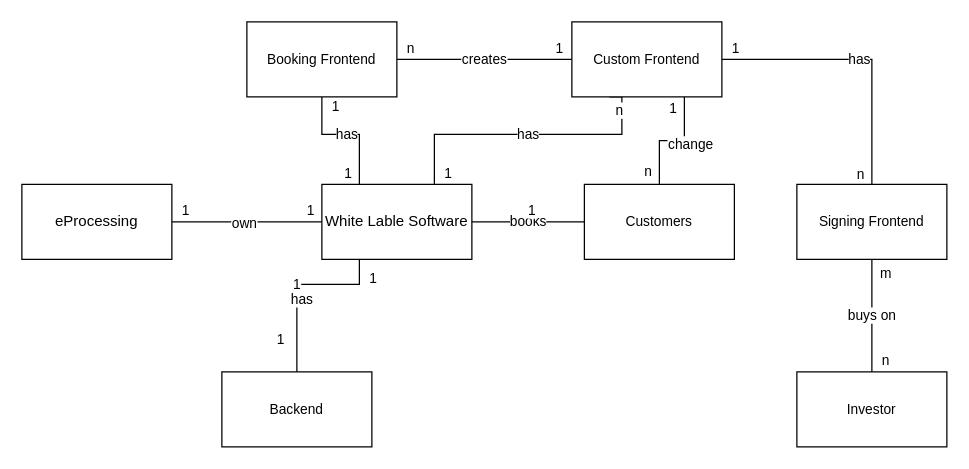
The draw.io diagram artifacts/Domain_Model_eProcessing.drawio in luca-engels-eprocessing/OneFolio, before the edit. Source tidied: cells renumbered, new cells numbered last; positions are measured from the earlier drawing's top-left corner, leaving out a move shared by most shapes. Both pictures are drawn from the tidied source at 125%, with x=0, y=0 at pixel (21, 21).
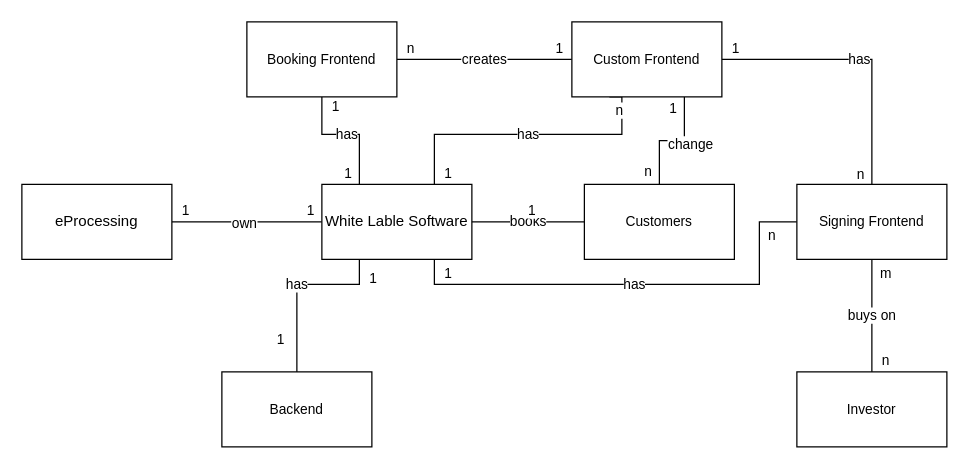
The same diagram, later.

The change refers to these unchanged cells:
```xml
<mxCell id="14" value="White Lable Software" style="html=1;whiteSpace=wrap;" parent="1" vertex="1">
  <mxGeometry x="240" y="130" width="120" height="60" as="geometry" />
</mxCell>
<mxCell id="15" value="Backend" style="html=1;whiteSpace=wrap;fontFamily=Helvetica;fontSize=11;fontColor=default;labelBackgroundColor=default;" parent="1" vertex="1">
  <mxGeometry x="160" y="280" width="120" height="60" as="geometry" />
</mxCell>
<mxCell id="35" value="Signing Frontend" style="html=1;whiteSpace=wrap;fontFamily=Helvetica;fontSize=11;fontColor=default;labelBackgroundColor=default;" parent="1" vertex="1">
  <mxGeometry x="620" y="130" width="120" height="60" as="geometry" />
</mxCell>
```

The edit, as a diff of the source:
```diff
@@
-    <mxCell id="10" value="1" style="edgeStyle=orthogonalEdgeStyle;rounded=0;jettySize=auto;html=1;strokeColor=default;align=center;verticalAlign=middle;fontFamily=Helvetica;fontSize=11;fontColor=default;labelBackgroundColor=default;endArrow=none;endFill=0;" parent="1" edge="1" source="14" target="15">
+    <mxCell id="10" value="has" style="edgeStyle=orthogonalEdgeStyle;rounded=0;jettySize=auto;html=1;strokeColor=default;align=center;verticalAlign=middle;fontFamily=Helvetica;fontSize=11;fontColor=default;labelBackgroundColor=default;endArrow=none;endFill=0;" parent="1" edge="1" source="14" target="15">
       <mxGeometry relative="1" as="geometry">
         <Array as="points">
           <mxPoint x="270" y="210" />
           <mxPoint x="220" y="210" />
         </Array>
       </mxGeometry>
     </mxCell>
-    <mxCell id="11" value="has" style="edgeLabel;html=1;align=center;verticalAlign=middle;fontFamily=Helvetica;fontSize=11;fontColor=default;labelBackgroundColor=default;" parent="10" vertex="1">
-      <mxGeometry x="0.15" y="-1" relative="1" as="geometry">
-        <mxPoint x="4" as="offset" />
-      </mxGeometry>
-    </mxCell>
@@
+    <mxCell id="11" value="has" style="edgeStyle=orthogonalEdgeStyle;rounded=0;jettySize=auto;html=1;entryX=0.75;entryY=1;entryDx=0;entryDy=0;strokeColor=default;align=center;verticalAlign=middle;fontFamily=Helvetica;fontSize=11;fontColor=default;labelBackgroundColor=default;endArrow=none;endFill=0;" parent="1" edge="1" source="35" target="14">
+      <mxGeometry relative="1" as="geometry">
+        <Array as="points">
+          <mxPoint x="590" y="160" />
+          <mxPoint x="590" y="210" />
+          <mxPoint x="330" y="210" />
+        </Array>
+      </mxGeometry>
+    </mxCell>
+    <mxCell id="40" value="1" style="edgeLabel;html=1;align=center;verticalAlign=middle;fontFamily=Helvetica;fontSize=11;fontColor=default;labelBackgroundColor=default;" parent="11" vertex="1">
+      <mxGeometry x="0.87" y="2" relative="1" as="geometry">
+        <mxPoint x="7" y="-12" as="offset" />
+      </mxGeometry>
+    </mxCell>
+    <mxCell id="41" value="n" style="edgeLabel;html=1;align=center;verticalAlign=middle;fontFamily=Helvetica;fontSize=11;fontColor=default;labelBackgroundColor=default;" parent="11" vertex="1">
+      <mxGeometry x="0.27" y="-2" relative="1" as="geometry">
+        <mxPoint x="158" y="-38" as="offset" />
+      </mxGeometry>
+    </mxCell>
```
